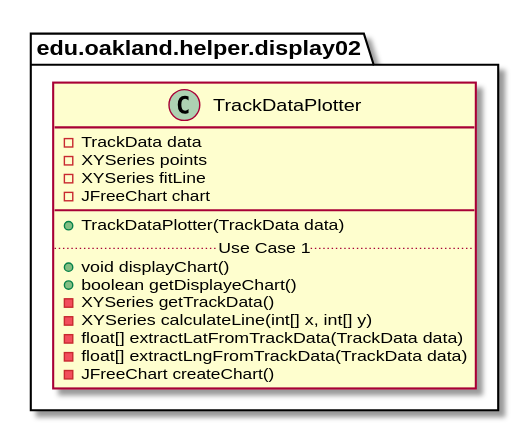
Earlier version of the PlantUML export docs/uml-class-diagrams/display02/helper/Display02HelperPackage.svg (andrewdimmer/csi-3370-software-project).
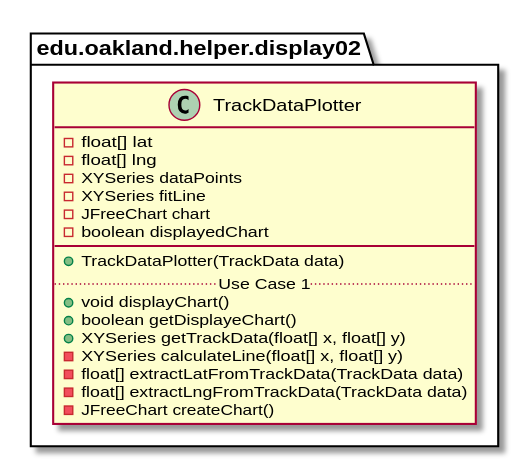
The same file after the commit.

What changed in the source:
```diff
@@ -7,17 +7,19 @@
 
 package edu.oakland.helper.display02 {
     class TrackDataPlotter {
-        - TrackData data
-        - XYSeries points
+        - float[] lat
+        - float[] lng
+        - XYSeries dataPoints
         - XYSeries fitLine
         - JFreeChart chart
+        - boolean displayedChart
         __
         + TrackDataPlotter(TrackData data)
         .. Use Case 1 ..
         + void displayChart()
         + boolean getDisplayeChart()
-        - XYSeries getTrackData()
-        - XYSeries calculateLine(int[] x, int[] y)
+        + XYSeries getTrackData(float[] x, float[] y)
+        - XYSeries calculateLine(float[] x, float[] y)
         - float[] extractLatFromTrackData(TrackData data)
         - float[] extractLngFromTrackData(TrackData data)
         - JFreeChart createChart()
```
